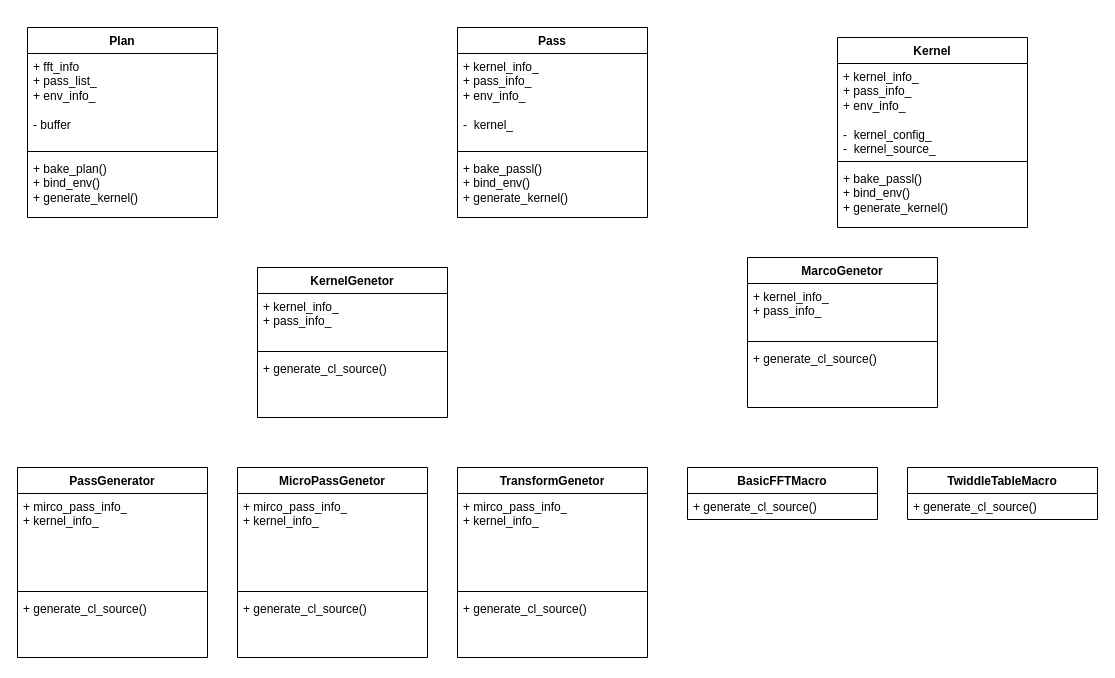
Earlier version of the draw.io diagram Generator_UML.drawio (nkzwchen/notebooks). Source tidied: cells renumbered, new cells numbered last; positions are measured from the earlier drawing's top-left corner, leaving out a move shared by most shapes. Both pictures are drawn from the tidied source at 100%, with x=0, y=0 at pixel (17, 27).
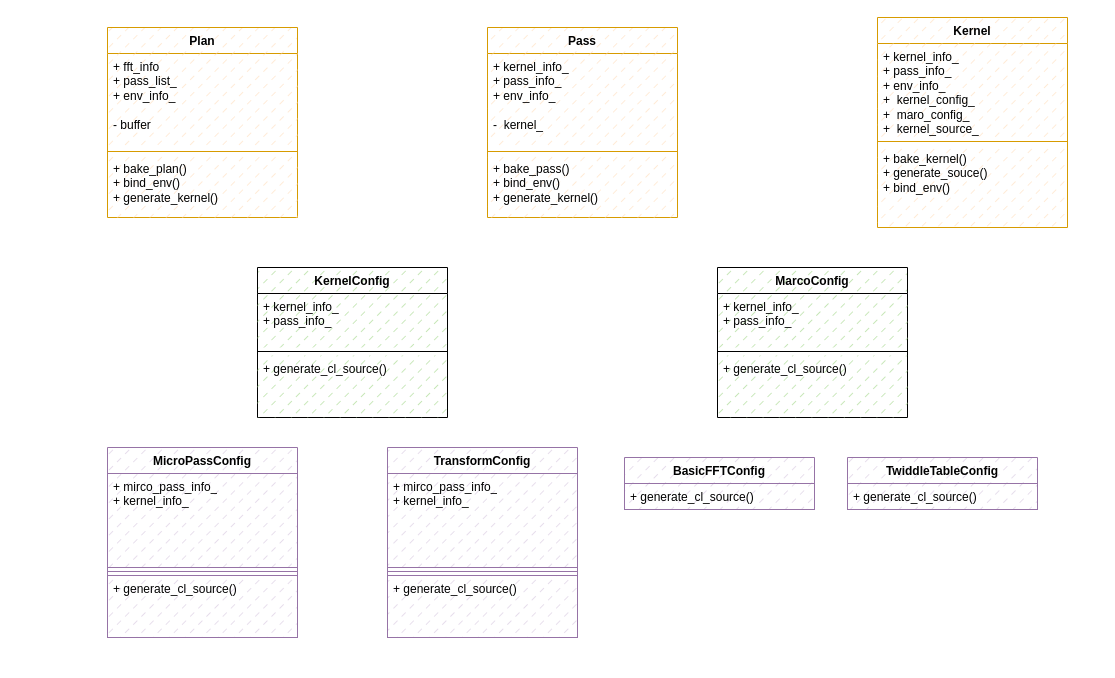
After the change.

Diff of the diagram source:
```diff
@@
-    <mxCell id="2" value="Plan" style="swimlane;fontStyle=1;align=center;verticalAlign=top;horizontal=1;startSize=26;whiteSpace=wrap;html=1;" parent="1" vertex="1">
-      <mxGeometry x="10" width="190" height="190" as="geometry" />
+    <mxCell id="2" value="Plan" style="swimlane;fontStyle=1;align=center;verticalAlign=top;horizontal=1;startSize=26;whiteSpace=wrap;html=1;fillColor=#FFE6CC;strokeColor=#d79b00;fillStyle=dashed;" parent="1" vertex="1">
+      <mxGeometry x="90" width="190" height="190" as="geometry" />
     </mxCell>
-    <mxCell id="3" value="+ fft_info&lt;br&gt;+ pass_list_&lt;br&gt;+ env_info_&lt;br&gt;&lt;br&gt;- buffer" style="text;strokeColor=none;fillColor=none;align=left;verticalAlign=top;spacingLeft=4;spacingRight=4;overflow=hidden;whiteSpace=wrap;html=1;" parent="2" vertex="1">
+    <mxCell id="3" value="+ fft_info&lt;br&gt;+ pass_list_&lt;br&gt;+ env_info_&lt;br&gt;&lt;br&gt;- buffer" style="text;strokeColor=none;fillColor=#FFE6CC;align=left;verticalAlign=top;spacingLeft=4;spacingRight=4;overflow=hidden;whiteSpace=wrap;html=1;fillStyle=dashed;" parent="2" vertex="1">
       <mxGeometry y="26" width="190" height="94" as="geometry" />
     </mxCell>
-    <mxCell id="4" style="line;strokeWidth=1;fillColor=none;align=left;verticalAlign=middle;spacingTop=-1;spacingLeft=3;spacingRight=3;labelPosition=right;strokeColor=inherit;" parent="2" vertex="1">
+    <mxCell id="4" style="line;strokeWidth=1;fillColor=#FFE6CC;align=left;verticalAlign=middle;spacingTop=-1;spacingLeft=3;spacingRight=3;labelPosition=right;strokeColor=inherit;fillStyle=dashed;" parent="2" vertex="1">
       <mxGeometry y="120" width="190" height="8" as="geometry" />
     </mxCell>
-    <mxCell id="5" value="+ bake_plan()&lt;br&gt;+ bind_env()&lt;br style=&quot;border-color: var(--border-color);&quot;&gt;+ generate_kernel()&lt;br&gt;" style="text;strokeColor=none;fillColor=none;align=left;verticalAlign=top;spacingLeft=4;spacingRight=4;overflow=hidden;whiteSpace=wrap;html=1;" parent="2" vertex="1">
+    <mxCell id="5" value="+ bake_plan()&lt;br&gt;+ bind_env()&lt;br style=&quot;border-color: var(--border-color);&quot;&gt;+ generate_kernel()&lt;br&gt;" style="text;strokeColor=none;fillColor=#FFE6CC;align=left;verticalAlign=top;spacingLeft=4;spacingRight=4;overflow=hidden;whiteSpace=wrap;html=1;fillStyle=dashed;" parent="2" vertex="1">
       <mxGeometry y="128" width="190" height="62" as="geometry" />
     </mxCell>
-    <mxCell id="6" value="Pass" style="swimlane;fontStyle=1;align=center;verticalAlign=top;horizontal=1;startSize=26;whiteSpace=wrap;html=1;" parent="1" vertex="1">
-      <mxGeometry x="440" width="190" height="190" as="geometry" />
+    <mxCell id="6" value="Pass" style="swimlane;fontStyle=1;align=center;verticalAlign=top;horizontal=1;startSize=26;whiteSpace=wrap;html=1;fillColor=#FFE6CC;strokeColor=#d79b00;fillStyle=dashed;" parent="1" vertex="1">
+      <mxGeometry x="470" width="190" height="190" as="geometry" />
     </mxCell>
-    <mxCell id="7" value="+ kernel_info_&lt;br&gt;+ pass_info_&lt;br&gt;+ env_info_&lt;br&gt;&lt;br&gt;-&amp;nbsp; kernel_" style="text;strokeColor=none;fillColor=none;align=left;verticalAlign=top;spacingLeft=4;spacingRight=4;overflow=hidden;whiteSpace=wrap;html=1;" parent="6" vertex="1">
+    <mxCell id="7" value="+ kernel_info_&lt;br&gt;+ pass_info_&lt;br&gt;+ env_info_&lt;br&gt;&lt;br&gt;-&amp;nbsp; kernel_" style="text;strokeColor=none;fillColor=#FFE6CC;align=left;verticalAlign=top;spacingLeft=4;spacingRight=4;overflow=hidden;whiteSpace=wrap;html=1;fillStyle=dashed;" parent="6" vertex="1">
       <mxGeometry y="26" width="190" height="94" as="geometry" />
     </mxCell>
-    <mxCell id="8" style="line;strokeWidth=1;fillColor=none;align=left;verticalAlign=middle;spacingTop=-1;spacingLeft=3;spacingRight=3;labelPosition=right;strokeColor=inherit;" parent="6" vertex="1">
+    <mxCell id="8" style="line;strokeWidth=1;fillColor=#FFE6CC;align=left;verticalAlign=middle;spacingTop=-1;spacingLeft=3;spacingRight=3;labelPosition=right;strokeColor=inherit;fillStyle=dashed;" parent="6" vertex="1">
       <mxGeometry y="120" width="190" height="8" as="geometry" />
     </mxCell>
-    <mxCell id="9" value="+ bake_passl()&lt;br&gt;+ bind_env()&lt;br style=&quot;border-color: var(--border-color);&quot;&gt;+ generate_kernel()" style="text;strokeColor=none;fillColor=none;align=left;verticalAlign=top;spacingLeft=4;spacingRight=4;overflow=hidden;whiteSpace=wrap;html=1;" parent="6" vertex="1">
+    <mxCell id="9" value="+ bake_pass()&lt;br&gt;+ bind_env()&lt;br style=&quot;border-color: var(--border-color);&quot;&gt;+ generate_kernel()" style="text;strokeColor=none;fillColor=#FFE6CC;align=left;verticalAlign=top;spacingLeft=4;spacingRight=4;overflow=hidden;whiteSpace=wrap;html=1;fillStyle=dashed;" parent="6" vertex="1">
       <mxGeometry y="128" width="190" height="62" as="geometry" />
     </mxCell>
-    <mxCell id="10" value="Kernel" style="swimlane;fontStyle=1;align=center;verticalAlign=top;horizontal=1;startSize=26;whiteSpace=wrap;html=1;" parent="1" vertex="1">
-      <mxGeometry x="820" y="10" width="190" height="190" as="geometry" />
+    <mxCell id="10" value="Kernel" style="swimlane;fontStyle=1;align=center;verticalAlign=top;horizontal=1;startSize=26;whiteSpace=wrap;html=1;fillStyle=dashed;fillColor=#FFE6CC;strokeColor=#d79b00;" parent="1" vertex="1">
+      <mxGeometry x="860" y="-10" width="190" height="210" as="geometry" />
     </mxCell>
-    <mxCell id="11" value="+ kernel_info_&lt;br&gt;+ pass_info_&lt;br&gt;+ env_info_&lt;br&gt;&lt;br&gt;-&amp;nbsp; kernel_config_&lt;br&gt;-&amp;nbsp; kernel_source_" style="text;strokeColor=none;fillColor=none;align=left;verticalAlign=top;spacingLeft=4;spacingRight=4;overflow=hidden;whiteSpace=wrap;html=1;" parent="10" vertex="1">
+    <mxCell id="11" value="+ kernel_info_&lt;br&gt;+ pass_info_&lt;br&gt;+ env_info_&lt;br&gt;+&amp;nbsp; kernel_config_&lt;br&gt;+&amp;nbsp; maro_config_&lt;br&gt;+&amp;nbsp; kernel_source_" style="text;strokeColor=none;fillColor=#FFE6CC;align=left;verticalAlign=top;spacingLeft=4;spacingRight=4;overflow=hidden;whiteSpace=wrap;html=1;fillStyle=dashed;" parent="10" vertex="1">
       <mxGeometry y="26" width="190" height="94" as="geometry" />
     </mxCell>
-    <mxCell id="12" style="line;strokeWidth=1;fillColor=none;align=left;verticalAlign=middle;spacingTop=-1;spacingLeft=3;spacingRight=3;labelPosition=right;strokeColor=inherit;" parent="10" vertex="1">
+    <mxCell id="12" style="line;strokeWidth=1;fillColor=#FFE6CC;align=left;verticalAlign=middle;spacingTop=-1;spacingLeft=3;spacingRight=3;labelPosition=right;strokeColor=inherit;fillStyle=dashed;" parent="10" vertex="1">
       <mxGeometry y="120" width="190" height="8" as="geometry" />
     </mxCell>
-    <mxCell id="13" value="+ bake_passl()&lt;br&gt;+ bind_env()&lt;br style=&quot;border-color: var(--border-color);&quot;&gt;+ generate_kernel()" style="text;strokeColor=none;fillColor=none;align=left;verticalAlign=top;spacingLeft=4;spacingRight=4;overflow=hidden;whiteSpace=wrap;html=1;" parent="10" vertex="1">
-      <mxGeometry y="128" width="190" height="62" as="geometry" />
+    <mxCell id="13" value="+ bake_kernel()&lt;br&gt;+ generate_souce()&lt;br&gt;+ bind_env()" style="text;strokeColor=none;fillColor=#FFE6CC;align=left;verticalAlign=top;spacingLeft=4;spacingRight=4;overflow=hidden;whiteSpace=wrap;html=1;fillStyle=dashed;" parent="10" vertex="1">
+      <mxGeometry y="128" width="190" height="82" as="geometry" />
     </mxCell>
-    <mxCell id="14" value="MicroPassGenetor" style="swimlane;fontStyle=1;align=center;verticalAlign=top;horizontal=1;startSize=26;whiteSpace=wrap;html=1;" parent="1" vertex="1">
-      <mxGeometry x="220" y="440" width="190" height="190" as="geometry" />
+    <mxCell id="14" value="MicroPassConfig" style="swimlane;fontStyle=1;align=center;verticalAlign=top;horizontal=1;startSize=26;whiteSpace=wrap;html=1;fillColor=#e1d5e7;strokeColor=#9673a6;fillStyle=dashed;" parent="1" vertex="1">
+      <mxGeometry x="90" y="420" width="190" height="190" as="geometry" />
     </mxCell>
-    <mxCell id="15" value="+ mirco_pass_info_&lt;br&gt;+ kernel_info_&lt;br&gt;" style="text;strokeColor=none;fillColor=none;align=left;verticalAlign=top;spacingLeft=4;spacingRight=4;overflow=hidden;whiteSpace=wrap;html=1;" parent="14" vertex="1">
+    <mxCell id="15" value="+ mirco_pass_info_&lt;br&gt;+ kernel_info_&lt;br&gt;" style="text;strokeColor=#9673a6;fillColor=#e1d5e7;align=left;verticalAlign=top;spacingLeft=4;spacingRight=4;overflow=hidden;whiteSpace=wrap;html=1;fillStyle=dashed;" parent="14" vertex="1">
       <mxGeometry y="26" width="190" height="94" as="geometry" />
     </mxCell>
-    <mxCell id="16" style="line;strokeWidth=1;fillColor=none;align=left;verticalAlign=middle;spacingTop=-1;spacingLeft=3;spacingRight=3;labelPosition=right;strokeColor=inherit;" parent="14" vertex="1">
+    <mxCell id="16" style="line;strokeWidth=1;fillColor=#e1d5e7;align=left;verticalAlign=middle;spacingTop=-1;spacingLeft=3;spacingRight=3;labelPosition=right;strokeColor=#9673a6;fillStyle=dashed;" parent="14" vertex="1">
       <mxGeometry y="120" width="190" height="8" as="geometry" />
     </mxCell>
-    <mxCell id="17" value="+ generate_cl_source()&lt;br&gt;" style="text;strokeColor=none;fillColor=none;align=left;verticalAlign=top;spacingLeft=4;spacingRight=4;overflow=hidden;whiteSpace=wrap;html=1;" parent="14" vertex="1">
+    <mxCell id="17" value="+ generate_cl_source()&lt;br&gt;" style="text;strokeColor=#9673a6;fillColor=#e1d5e7;align=left;verticalAlign=top;spacingLeft=4;spacingRight=4;overflow=hidden;whiteSpace=wrap;html=1;fillStyle=dashed;" parent="14" vertex="1">
       <mxGeometry y="128" width="190" height="62" as="geometry" />
     </mxCell>
-    <mxCell id="18" value="TransformGenetor" style="swimlane;fontStyle=1;align=center;verticalAlign=top;horizontal=1;startSize=26;whiteSpace=wrap;html=1;" parent="1" vertex="1">
-      <mxGeometry x="440" y="440" width="190" height="190" as="geometry" />
+    <mxCell id="18" value="TransformConfig" style="swimlane;fontStyle=1;align=center;verticalAlign=top;horizontal=1;startSize=26;whiteSpace=wrap;html=1;fillColor=#e1d5e7;strokeColor=#9673a6;fillStyle=dashed;" parent="1" vertex="1">
+      <mxGeometry x="370" y="420" width="190" height="190" as="geometry" />
     </mxCell>
-    <mxCell id="19" value="+ mirco_pass_info_&lt;br&gt;+ kernel_info_&lt;br&gt;" style="text;strokeColor=none;fillColor=none;align=left;verticalAlign=top;spacingLeft=4;spacingRight=4;overflow=hidden;whiteSpace=wrap;html=1;" parent="18" vertex="1">
+    <mxCell id="19" value="+ mirco_pass_info_&lt;br&gt;+ kernel_info_&lt;br&gt;" style="text;strokeColor=#9673a6;fillColor=#e1d5e7;align=left;verticalAlign=top;spacingLeft=4;spacingRight=4;overflow=hidden;whiteSpace=wrap;html=1;fillStyle=dashed;" parent="18" vertex="1">
       <mxGeometry y="26" width="190" height="94" as="geometry" />
     </mxCell>
-    <mxCell id="20" style="line;strokeWidth=1;fillColor=none;align=left;verticalAlign=middle;spacingTop=-1;spacingLeft=3;spacingRight=3;labelPosition=right;strokeColor=inherit;" parent="18" vertex="1">
+    <mxCell id="20" style="line;strokeWidth=1;fillColor=#e1d5e7;align=left;verticalAlign=middle;spacingTop=-1;spacingLeft=3;spacingRight=3;labelPosition=right;strokeColor=#9673a6;fillStyle=dashed;" parent="18" vertex="1">
       <mxGeometry y="120" width="190" height="8" as="geometry" />
     </mxCell>
-    <mxCell id="21" value="+ generate_cl_source()&lt;br&gt;" style="text;strokeColor=none;fillColor=none;align=left;verticalAlign=top;spacingLeft=4;spacingRight=4;overflow=hidden;whiteSpace=wrap;html=1;" parent="18" vertex="1">
+    <mxCell id="21" value="+ generate_cl_source()&lt;br&gt;" style="text;strokeColor=#9673a6;fillColor=#e1d5e7;align=left;verticalAlign=top;spacingLeft=4;spacingRight=4;overflow=hidden;whiteSpace=wrap;html=1;fillStyle=dashed;" parent="18" vertex="1">
       <mxGeometry y="128" width="190" height="62" as="geometry" />
     </mxCell>
-    <mxCell id="22" value="KernelGenetor" style="swimlane;fontStyle=1;align=center;verticalAlign=top;horizontal=1;startSize=26;whiteSpace=wrap;html=1;" parent="1" vertex="1">
+    <mxCell id="22" value="KernelConfig" style="swimlane;fontStyle=1;align=center;verticalAlign=top;horizontal=1;startSize=26;whiteSpace=wrap;html=1;fillStyle=dashed;fillColor=#B9E0A5;" parent="1" vertex="1">
       <mxGeometry x="240" y="240" width="190" height="150" as="geometry" />
     </mxCell>
-    <mxCell id="23" value="+ kernel_info_&lt;br&gt;+ pass_info_" style="text;strokeColor=none;fillColor=none;align=left;verticalAlign=top;spacingLeft=4;spacingRight=4;overflow=hidden;whiteSpace=wrap;html=1;" parent="22" vertex="1">
+    <mxCell id="23" value="+ kernel_info_&lt;br&gt;+ pass_info_" style="text;strokeColor=none;fillColor=#B9E0A5;align=left;verticalAlign=top;spacingLeft=4;spacingRight=4;overflow=hidden;whiteSpace=wrap;html=1;fillStyle=dashed;" parent="22" vertex="1">
       <mxGeometry y="26" width="190" height="54" as="geometry" />
     </mxCell>
-    <mxCell id="24" style="line;strokeWidth=1;fillColor=none;align=left;verticalAlign=middle;spacingTop=-1;spacingLeft=3;spacingRight=3;labelPosition=right;strokeColor=inherit;" parent="22" vertex="1">
+    <mxCell id="24" style="line;strokeWidth=1;fillColor=#B9E0A5;align=left;verticalAlign=middle;spacingTop=-1;spacingLeft=3;spacingRight=3;labelPosition=right;strokeColor=inherit;fillStyle=dashed;" parent="22" vertex="1">
       <mxGeometry y="80" width="190" height="8" as="geometry" />
     </mxCell>
-    <mxCell id="25" value="+ generate_cl_source()&lt;br&gt;" style="text;strokeColor=none;fillColor=none;align=left;verticalAlign=top;spacingLeft=4;spacingRight=4;overflow=hidden;whiteSpace=wrap;html=1;" parent="22" vertex="1">
+    <mxCell id="25" value="+ generate_cl_source()&lt;br&gt;" style="text;strokeColor=none;fillColor=#B9E0A5;align=left;verticalAlign=top;spacingLeft=4;spacingRight=4;overflow=hidden;whiteSpace=wrap;html=1;fillStyle=dashed;" parent="22" vertex="1">
       <mxGeometry y="88" width="190" height="62" as="geometry" />
     </mxCell>
-    <mxCell id="26" value="MarcoGenetor" style="swimlane;fontStyle=1;align=center;verticalAlign=top;horizontal=1;startSize=26;whiteSpace=wrap;html=1;" parent="1" vertex="1">
-      <mxGeometry x="730" y="230" width="190" height="150" as="geometry" />
+    <mxCell id="26" value="MarcoConfig" style="swimlane;fontStyle=1;align=center;verticalAlign=top;horizontal=1;startSize=26;whiteSpace=wrap;html=1;fillColor=#B9E0A5;fillStyle=dashed;" parent="1" vertex="1">
+      <mxGeometry x="700" y="240" width="190" height="150" as="geometry" />
     </mxCell>
-    <mxCell id="27" value="+ kernel_info_&lt;br&gt;+ pass_info_" style="text;strokeColor=none;fillColor=none;align=left;verticalAlign=top;spacingLeft=4;spacingRight=4;overflow=hidden;whiteSpace=wrap;html=1;" parent="26" vertex="1">
+    <mxCell id="27" value="+ kernel_info_&lt;br&gt;+ pass_info_" style="text;strokeColor=none;fillColor=#B9E0A5;align=left;verticalAlign=top;spacingLeft=4;spacingRight=4;overflow=hidden;whiteSpace=wrap;html=1;fillStyle=dashed;" parent="26" vertex="1">
       <mxGeometry y="26" width="190" height="54" as="geometry" />
     </mxCell>
-    <mxCell id="28" style="line;strokeWidth=1;fillColor=none;align=left;verticalAlign=middle;spacingTop=-1;spacingLeft=3;spacingRight=3;labelPosition=right;strokeColor=inherit;" parent="26" vertex="1">
+    <mxCell id="28" style="line;strokeWidth=1;fillColor=#B9E0A5;align=left;verticalAlign=middle;spacingTop=-1;spacingLeft=3;spacingRight=3;labelPosition=right;strokeColor=inherit;fillStyle=dashed;" parent="26" vertex="1">
       <mxGeometry y="80" width="190" height="8" as="geometry" />
     </mxCell>
-    <mxCell id="29" value="+ generate_cl_source()&lt;br&gt;" style="text;strokeColor=none;fillColor=none;align=left;verticalAlign=top;spacingLeft=4;spacingRight=4;overflow=hidden;whiteSpace=wrap;html=1;" parent="26" vertex="1">
+    <mxCell id="29" value="+ generate_cl_source()&lt;br&gt;" style="text;strokeColor=none;fillColor=#B9E0A5;align=left;verticalAlign=top;spacingLeft=4;spacingRight=4;overflow=hidden;whiteSpace=wrap;html=1;fillStyle=dashed;" parent="26" vertex="1">
       <mxGeometry y="88" width="190" height="62" as="geometry" />
     </mxCell>
-    <mxCell id="30" value="PassGenerator" style="swimlane;fontStyle=1;align=center;verticalAlign=top;horizontal=1;startSize=26;whiteSpace=wrap;html=1;" parent="1" vertex="1">
-      <mxGeometry y="440" width="190" height="190" as="geometry" />
-    </mxCell>
-    <mxCell id="31" value="+ mirco_pass_info_&lt;br&gt;+ kernel_info_&lt;br&gt;" style="text;strokeColor=none;fillColor=none;align=left;verticalAlign=top;spacingLeft=4;spacingRight=4;overflow=hidden;whiteSpace=wrap;html=1;" parent="30" vertex="1">
-      <mxGeometry y="26" width="190" height="94" as="geometry" />
-    </mxCell>
-    <mxCell id="32" style="line;strokeWidth=1;fillColor=none;align=left;verticalAlign=middle;spacingTop=-1;spacingLeft=3;spacingRight=3;labelPosition=right;strokeColor=inherit;" parent="30" vertex="1">
-      <mxGeometry y="120" width="190" height="8" as="geometry" />
-    </mxCell>
-    <mxCell id="33" value="+ generate_cl_source()&lt;br&gt;" style="text;strokeColor=none;fillColor=none;align=left;verticalAlign=top;spacingLeft=4;spacingRight=4;overflow=hidden;whiteSpace=wrap;html=1;" parent="30" vertex="1">
-      <mxGeometry y="128" width="190" height="62" as="geometry" />
-    </mxCell>
-    <mxCell id="34" value="BasicFFTMacro" style="swimlane;fontStyle=1;align=center;verticalAlign=top;horizontal=1;startSize=26;whiteSpace=wrap;html=1;" parent="1" vertex="1">
-      <mxGeometry x="670" y="440" width="190" height="52" as="geometry" />
+    <mxCell id="34" value="BasicFFTConfig" style="swimlane;fontStyle=1;align=center;verticalAlign=top;horizontal=1;startSize=26;whiteSpace=wrap;html=1;fillColor=#e1d5e7;strokeColor=#9673a6;fillStyle=dashed;" parent="1" vertex="1">
+      <mxGeometry x="607" y="430" width="190" height="52" as="geometry" />
     </mxCell>
-    <mxCell id="35" value="+ generate_cl_source()&lt;br&gt;" style="text;strokeColor=none;fillColor=none;align=left;verticalAlign=top;spacingLeft=4;spacingRight=4;overflow=hidden;whiteSpace=wrap;html=1;" parent="34" vertex="1">
+    <mxCell id="35" value="+ generate_cl_source()&lt;br&gt;" style="text;strokeColor=#9673a6;fillColor=#e1d5e7;align=left;verticalAlign=top;spacingLeft=4;spacingRight=4;overflow=hidden;whiteSpace=wrap;html=1;fillStyle=dashed;" parent="34" vertex="1">
       <mxGeometry y="26" width="190" height="26" as="geometry" />
     </mxCell>
-    <mxCell id="36" value="TwiddleTableMacro" style="swimlane;fontStyle=1;align=center;verticalAlign=top;horizontal=1;startSize=26;whiteSpace=wrap;html=1;" parent="1" vertex="1">
-      <mxGeometry x="890" y="440" width="190" height="52" as="geometry" />
+    <mxCell id="36" value="TwiddleTableConfig" style="swimlane;fontStyle=1;align=center;verticalAlign=top;horizontal=1;startSize=26;whiteSpace=wrap;html=1;fillColor=#e1d5e7;strokeColor=#9673a6;fillStyle=dashed;" parent="1" vertex="1">
+      <mxGeometry x="830" y="430" width="190" height="52" as="geometry" />
     </mxCell>
-    <mxCell id="37" value="+ generate_cl_source()&lt;br&gt;" style="text;strokeColor=none;fillColor=none;align=left;verticalAlign=top;spacingLeft=4;spacingRight=4;overflow=hidden;whiteSpace=wrap;html=1;" parent="36" vertex="1">
+    <mxCell id="37" value="+ generate_cl_source()&lt;br&gt;" style="text;strokeColor=#9673a6;fillColor=#e1d5e7;align=left;verticalAlign=top;spacingLeft=4;spacingRight=4;overflow=hidden;whiteSpace=wrap;html=1;fillStyle=dashed;" parent="36" vertex="1">
       <mxGeometry y="26" width="190" height="26" as="geometry" />
     </mxCell>
```
